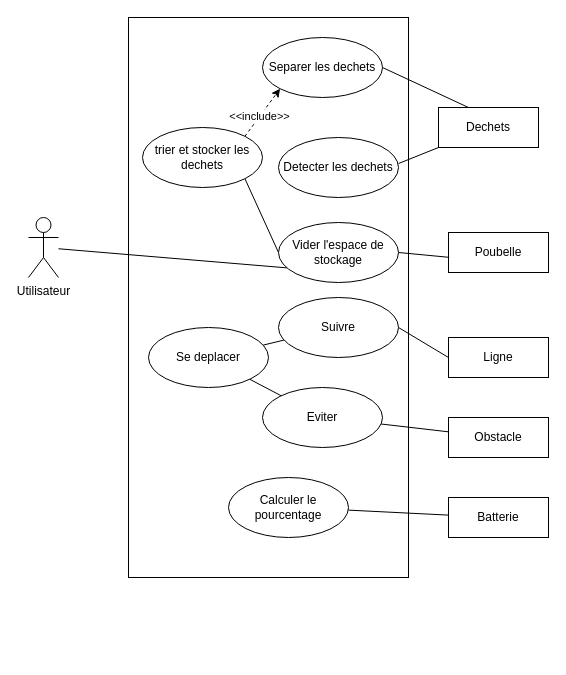
This is Diag/Diagramme des cas d'utilisation.drawio from neoluigi4123/Mbot, a draw.io file, before an edit. Source tidied: cells renumbered, new cells numbered last; positions are measured from the earlier drawing's top-left corner, leaving out a move shared by most shapes. Both pictures are drawn from the tidied source at 100%, with x=0, y=0 at pixel (28, 17).
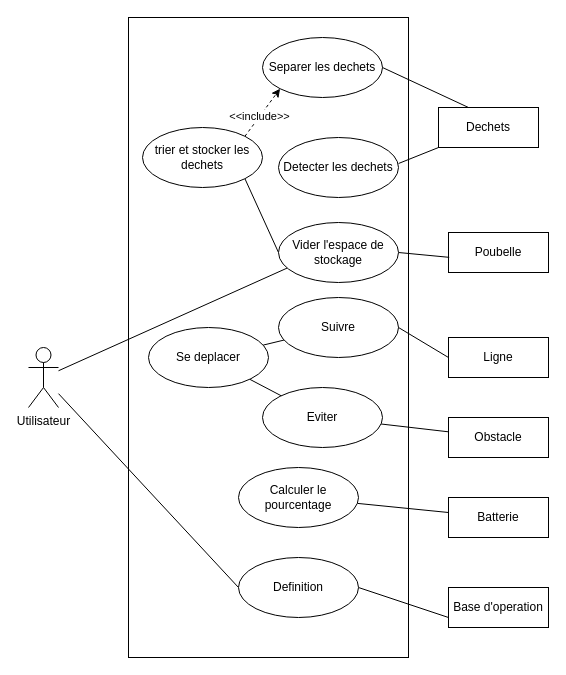
The same diagram, later.

The edit, as a diff of the source:
```diff
@@
     <mxCell id="2" style="rounded=0;whiteSpace=wrap;html=1;" parent="1" vertex="1">
-      <mxGeometry x="100" width="280" height="560" as="geometry" />
+      <mxGeometry x="100" width="280" height="640" as="geometry" />
     </mxCell>
@@
     <mxCell id="5" value="Utilisateur" style="shape=umlActor;verticalLabelPosition=bottom;verticalAlign=top;html=1;outlineConnect=0;" parent="1" vertex="1">
-      <mxGeometry y="200" width="30" height="60" as="geometry" />
+      <mxGeometry y="330" width="30" height="60" as="geometry" />
     </mxCell>
@@
     <mxCell id="27" value="Calculer le pourcentage" style="ellipse;whiteSpace=wrap;html=1;" parent="1" vertex="1">
-      <mxGeometry x="200" y="460" width="120" height="60" as="geometry" />
+      <mxGeometry x="210" y="450" width="120" height="60" as="geometry" />
     </mxCell>
@@
+    <mxCell id="29" value="Base d'operation" style="rounded=0;whiteSpace=wrap;html=1;" parent="1" vertex="1">
+      <mxGeometry x="420" y="570" width="100" height="40" as="geometry" />
+    </mxCell>
+    <mxCell id="30" style="edgeStyle=none;rounded=0;jettySize=auto;html=1;exitX=1;exitY=0.5;exitDx=0;exitDy=0;entryX=0;entryY=0.75;entryDx=0;entryDy=0;endArrow=none;endFill=0;" parent="1" edge="1" source="32" target="29">
+      <mxGeometry relative="1" as="geometry" />
+    </mxCell>
+    <mxCell id="31" style="edgeStyle=none;rounded=0;jettySize=auto;html=1;exitX=0;exitY=0.5;exitDx=0;exitDy=0;endArrow=none;endFill=0;" parent="1" edge="1" source="32" target="5">
+      <mxGeometry relative="1" as="geometry" />
+    </mxCell>
+    <mxCell id="32" value="Definition" style="ellipse;whiteSpace=wrap;html=1;" parent="1" vertex="1">
+      <mxGeometry x="210" y="540" width="120" height="60" as="geometry" />
+    </mxCell>
```
